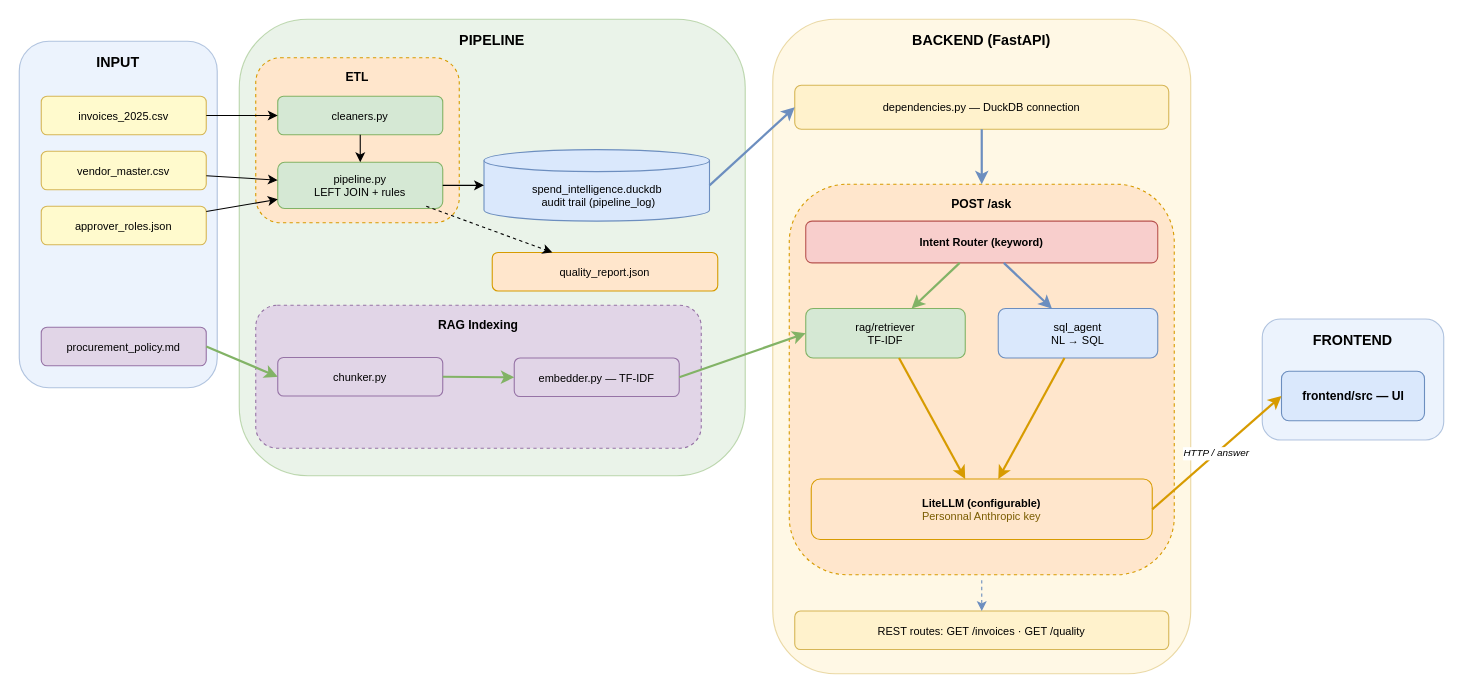
Before: docs/architecture.drawio in nicomathieu/AZ_financial_spend_intelligence, a draw.io diagram. Source tidied: cells renumbered, new cells numbered last; positions are measured from the earlier drawing's top-left corner, leaving out a move shared by most shapes. Both pictures are drawn from the tidied source at 110%, with x=0, y=0 at pixel (19, 19).
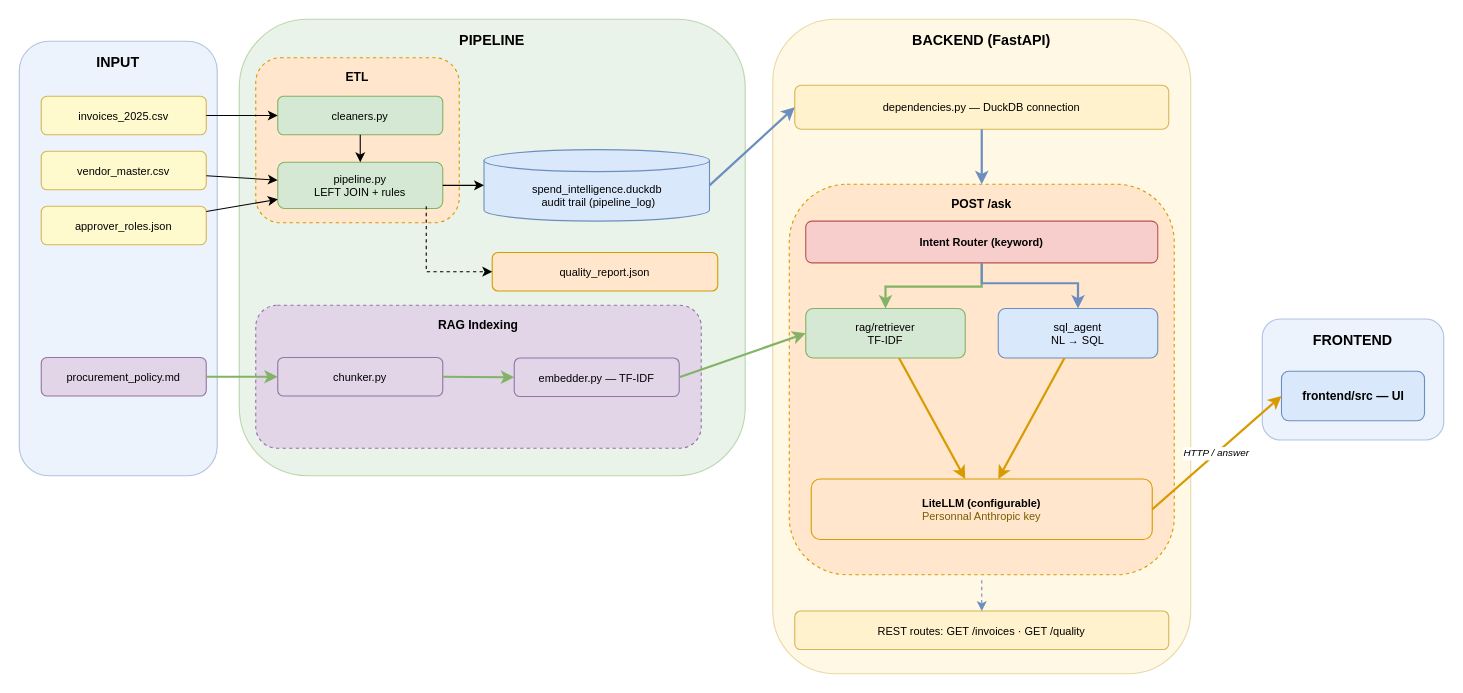
The same page after the edit.

The change refers to these unchanged cells:
```xml
<mxCell id="16" value="quality_report.json" style="rounded=1;whiteSpace=wrap;html=1;fillColor=#ffe6cc;strokeColor=#d79b00;fontSize=10;" parent="1" vertex="1">
  <mxGeometry x="430" y="212" width="205" height="35" as="geometry" />
</mxCell>
<mxCell id="20" value="Intent Router (keyword)" style="rounded=1;whiteSpace=wrap;html=1;fillColor=#f8cecc;strokeColor=#b85450;fontSize=10;fontStyle=1;" parent="1" vertex="1">
  <mxGeometry x="715" y="183.5" width="320" height="38" as="geometry" />
</mxCell>
<mxCell id="21" value="sql_agent&#10;NL → SQL" style="rounded=1;whiteSpace=wrap;html=1;fillColor=#dae8fc;strokeColor=#6c8ebf;fontSize=10;" parent="1" vertex="1">
  <mxGeometry x="890" y="263" width="145" height="45" as="geometry" />
</mxCell>
<mxCell id="22" value="rag/retriever&#10;TF-IDF" style="rounded=1;whiteSpace=wrap;html=1;fillColor=#d5e8d4;strokeColor=#82b366;fontSize=10;" parent="1" vertex="1">
  <mxGeometry x="715" y="263" width="145" height="45" as="geometry" />
</mxCell>
```

Diff of the diagram source:
```diff
@@
     <mxCell id="2" value="INPUT" style="rounded=1;whiteSpace=wrap;html=1;fillColor=#dae8fc;strokeColor=#6c8ebf;verticalAlign=top;spacingTop=5;fontStyle=1;fontSize=13;opacity=50;" parent="1" vertex="1">
-      <mxGeometry y="20" width="180" height="315" as="geometry" />
+      <mxGeometry y="20" width="180" height="395" as="geometry" />
     </mxCell>
@@
     <mxCell id="12" value="procurement_policy.md" style="rounded=1;whiteSpace=wrap;html=1;fillColor=#e1d5e7;strokeColor=#9673a6;fontSize=10;" parent="1" vertex="1">
-      <mxGeometry x="20" y="280" width="150" height="35" as="geometry" />
+      <mxGeometry x="20" y="307.5" width="150" height="35" as="geometry" />
     </mxCell>
@@
     <mxCell id="31" style="edgeStyle=none;rounded=0;dashed=1;" parent="1" edge="1" target="16">
       <mxGeometry relative="1" as="geometry">
         <mxPoint x="370" y="170" as="sourcePoint" />
+        <Array as="points">
+          <mxPoint x="370" y="229.5" />
+        </Array>
       </mxGeometry>
     </mxCell>
@@
-    <mxCell id="35" style="edgeStyle=none;rounded=0;strokeColor=#82b366;strokeWidth=2;" parent="1" edge="1" source="20" target="22">
-      <mxGeometry relative="1" as="geometry" />
+    <mxCell id="35" style="edgeStyle=none;rounded=0;strokeColor=#82b366;strokeWidth=2;exitX=0.5;exitY=1;exitDx=0;exitDy=0;" parent="1" edge="1" source="20" target="22">
+      <mxGeometry relative="1" as="geometry">
+        <Array as="points">
+          <mxPoint x="875" y="243" />
+          <mxPoint x="840" y="243" />
+          <mxPoint x="787.5" y="243" />
+        </Array>
+      </mxGeometry>
     </mxCell>
@@
-    <mxCell id="38" style="edgeStyle=none;rounded=0;strokeColor=#6c8ebf;strokeWidth=2;" parent="1" edge="1" source="20" target="21">
-      <mxGeometry relative="1" as="geometry" />
+    <mxCell id="38" style="edgeStyle=none;rounded=0;strokeColor=#6c8ebf;strokeWidth=2;exitX=0.5;exitY=1;exitDx=0;exitDy=0;" parent="1" edge="1" source="20" target="21">
+      <mxGeometry relative="1" as="geometry">
+        <Array as="points">
+          <mxPoint x="875" y="240" />
+          <mxPoint x="920" y="240" />
+          <mxPoint x="962.5" y="240" />
+        </Array>
+      </mxGeometry>
     </mxCell>
```
